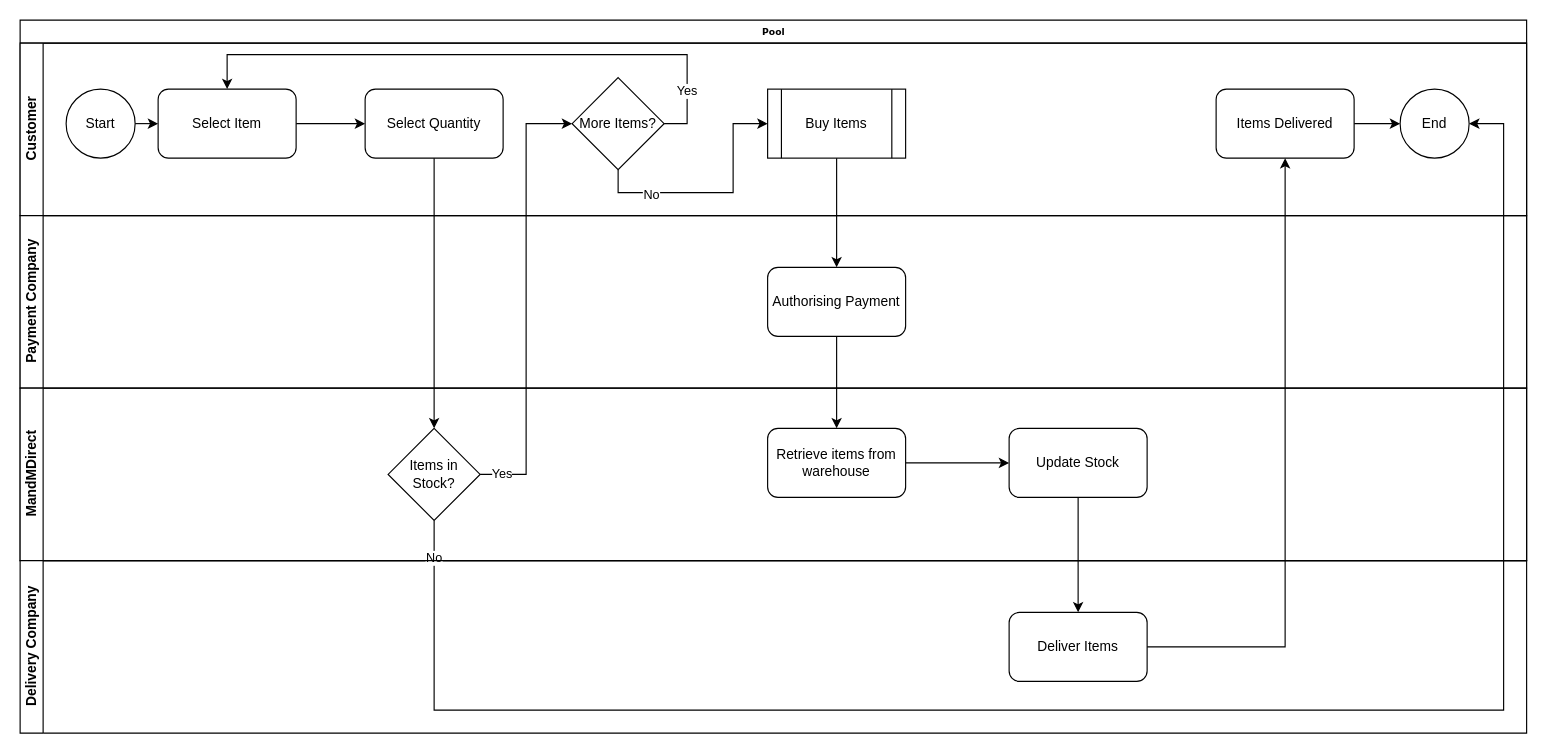
Darren-ODonnell/BusinessModellingDiagrams keeps this draw.io diagram as week1/Cross Functional Flow Diagram Shop.drawio. Above is the earlier version. Source tidied: cells renumbered, new cells numbered last; positions are measured from the earlier drawing's top-left corner, leaving out a move shared by most shapes. Both pictures are drawn from the tidied source at 115%, with x=0, y=0 at pixel (20, 20).
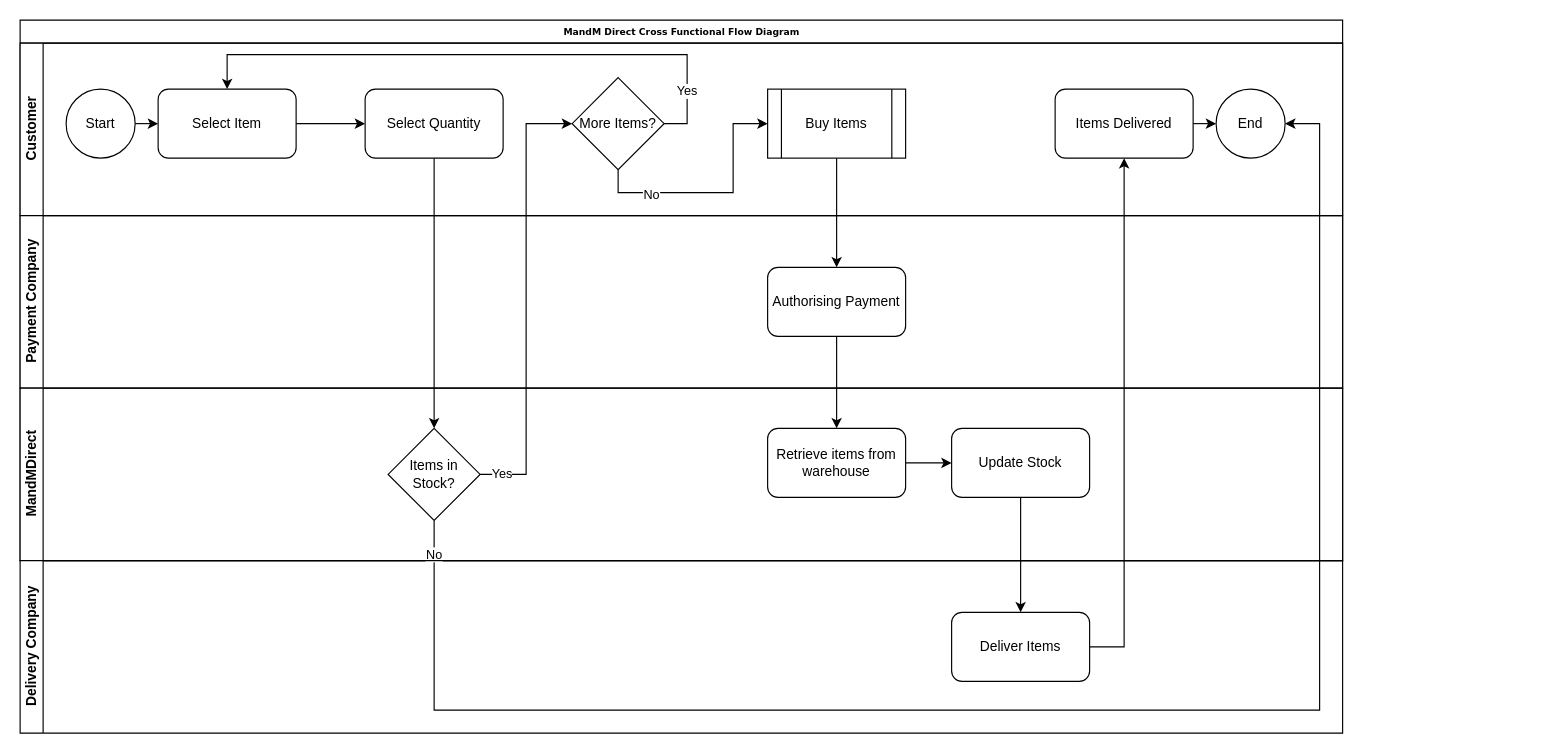
The same page after the edit.

The change refers to these unchanged cells:
```xml
<mxCell id="22" value="Items in Stock?" style="rhombus;whiteSpace=wrap;html=1;" parent="18" vertex="1">
  <mxGeometry x="320" y="35" width="80" height="80" as="geometry" />
</mxCell>
```

The edit, as a diff of the source:
```diff
@@
-    <mxCell id="2" value="Pool" style="swimlane;html=1;horizontal=1;startSize=20;rounded=0;shadow=0;labelBackgroundColor=none;strokeWidth=1;fontFamily=Verdana;fontSize=8;align=center;" parent="1" vertex="1">
-      <mxGeometry width="1310" height="470" as="geometry" />
+    <mxCell id="2" value="MandM Direct Cross Functional Flow Diagram" style="swimlane;html=1;horizontal=1;startSize=20;rounded=0;shadow=0;labelBackgroundColor=none;strokeWidth=1;fontFamily=Verdana;fontSize=8;align=center;" parent="1" vertex="1">
+      <mxGeometry width="1150" height="470" as="geometry" />
     </mxCell>
     <mxCell id="3" value="Customer" style="swimlane;html=1;startSize=20;horizontal=0;" parent="2" vertex="1">
-      <mxGeometry y="20" width="1310" height="150" as="geometry" />
+      <mxGeometry y="20" width="1150" height="150" as="geometry" />
     </mxCell>
@@
     <mxCell id="6" value="End" style="ellipse;whiteSpace=wrap;html=1;" parent="3" vertex="1">
-      <mxGeometry x="1200" y="40" width="60" height="60" as="geometry" />
+      <mxGeometry x="1040" y="40" width="60" height="60" as="geometry" />
     </mxCell>
@@
     <mxCell id="12" value="Items Delivered" style="rounded=1;whiteSpace=wrap;html=1;" parent="3" vertex="1">
-      <mxGeometry x="1040" y="40" width="120" height="60" as="geometry" />
+      <mxGeometry x="900" y="40" width="120" height="60" as="geometry" />
     </mxCell>
@@
     <mxCell id="16" value="Payment Company" style="swimlane;html=1;startSize=20;horizontal=0;" parent="2" vertex="1">
-      <mxGeometry y="170" width="1310" height="150" as="geometry" />
+      <mxGeometry y="170" width="1150" height="150" as="geometry" />
     </mxCell>
@@
     <mxCell id="18" value="MandMDirect" style="swimlane;html=1;startSize=20;horizontal=0;" parent="2" vertex="1">
-      <mxGeometry y="320" width="1310" height="150" as="geometry" />
+      <mxGeometry y="320" width="1150" height="150" as="geometry" />
     </mxCell>
@@
     <mxCell id="21" value="Update Stock" style="rounded=1;whiteSpace=wrap;html=1;" parent="18" vertex="1">
-      <mxGeometry x="860" y="35" width="120" height="60" as="geometry" />
+      <mxGeometry x="810" y="35" width="120" height="60" as="geometry" />
     </mxCell>
@@
     <mxCell id="24" value="No" style="edgeStyle=none;rounded=0;jettySize=auto;html=1;exitX=0.5;exitY=1;exitDx=0;exitDy=0;entryX=1;entryY=0.5;entryDx=0;entryDy=0;" parent="2" edge="1" source="22" target="6">
       <mxGeometry x="-0.96" relative="1" as="geometry">
         <Array as="points">
           <mxPoint x="360" y="600" />
-          <mxPoint x="1290" y="600" />
-          <mxPoint x="1290" y="90" />
+          <mxPoint x="1130" y="600" />
+          <mxPoint x="1130" y="90" />
         </Array>
       </mxGeometry>
     </mxCell>
@@
     <mxCell id="28" value="Delivery Company" style="swimlane;html=1;startSize=20;horizontal=0;" parent="1" vertex="1">
-      <mxGeometry y="470" width="1310" height="150" as="geometry" />
+      <mxGeometry y="470" width="1150" height="150" as="geometry" />
     </mxCell>
     <mxCell id="29" value="Deliver Items" style="rounded=1;whiteSpace=wrap;html=1;" parent="28" vertex="1">
-      <mxGeometry x="860" y="45" width="120" height="60" as="geometry" />
+      <mxGeometry x="810" y="45" width="120" height="60" as="geometry" />
     </mxCell>
@@
     <mxCell id="31" style="edgeStyle=none;rounded=0;jettySize=auto;html=1;exitX=1;exitY=0.5;exitDx=0;exitDy=0;" parent="1" edge="1" source="29" target="12">
       <mxGeometry relative="1" as="geometry">
         <Array as="points">
-          <mxPoint x="1100" y="545" />
+          <mxPoint x="960" y="545" />
         </Array>
       </mxGeometry>
     </mxCell>
```
